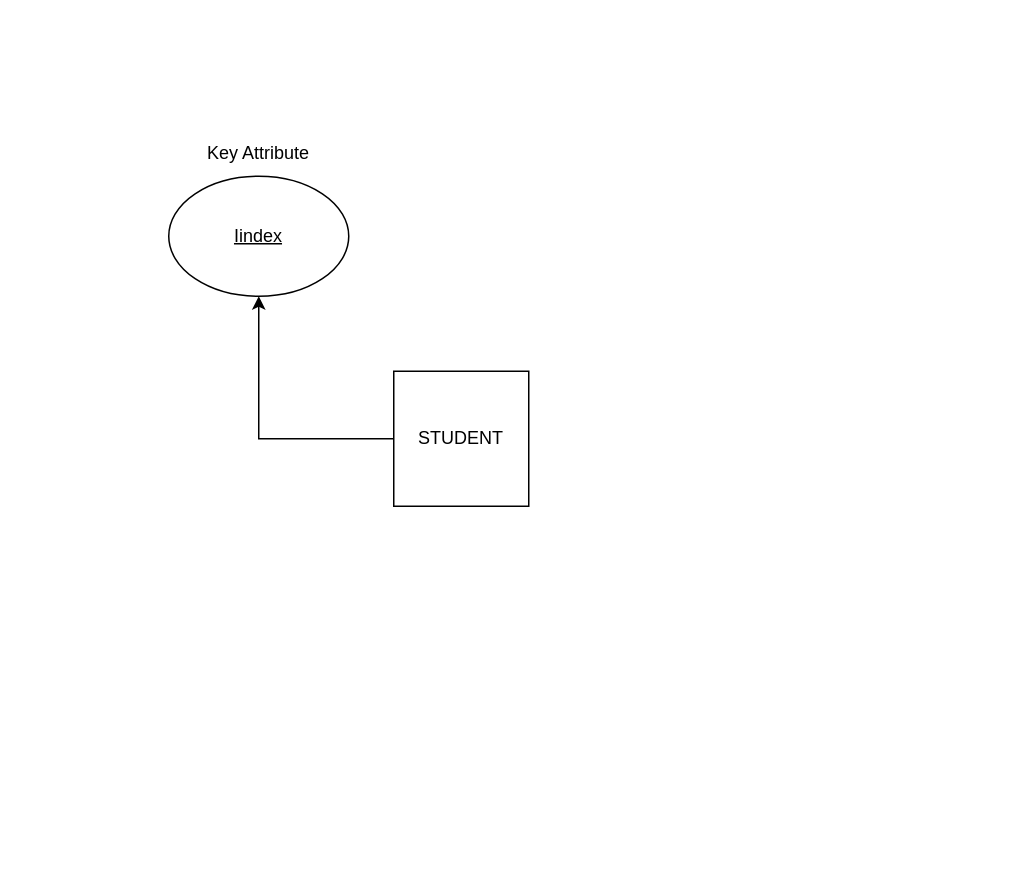
usupun/Database_Managment_System-tutoril- keeps this draw.io diagram as Untitled Diagram.drawio. Above is the earlier version. Source tidied: cells renumbered, new cells numbered last; positions are measured from the earlier drawing's top-left corner, leaving out a move shared by most shapes. Both pictures are drawn from the tidied source at 150%, with x=0, y=0 at pixel (168, 130).
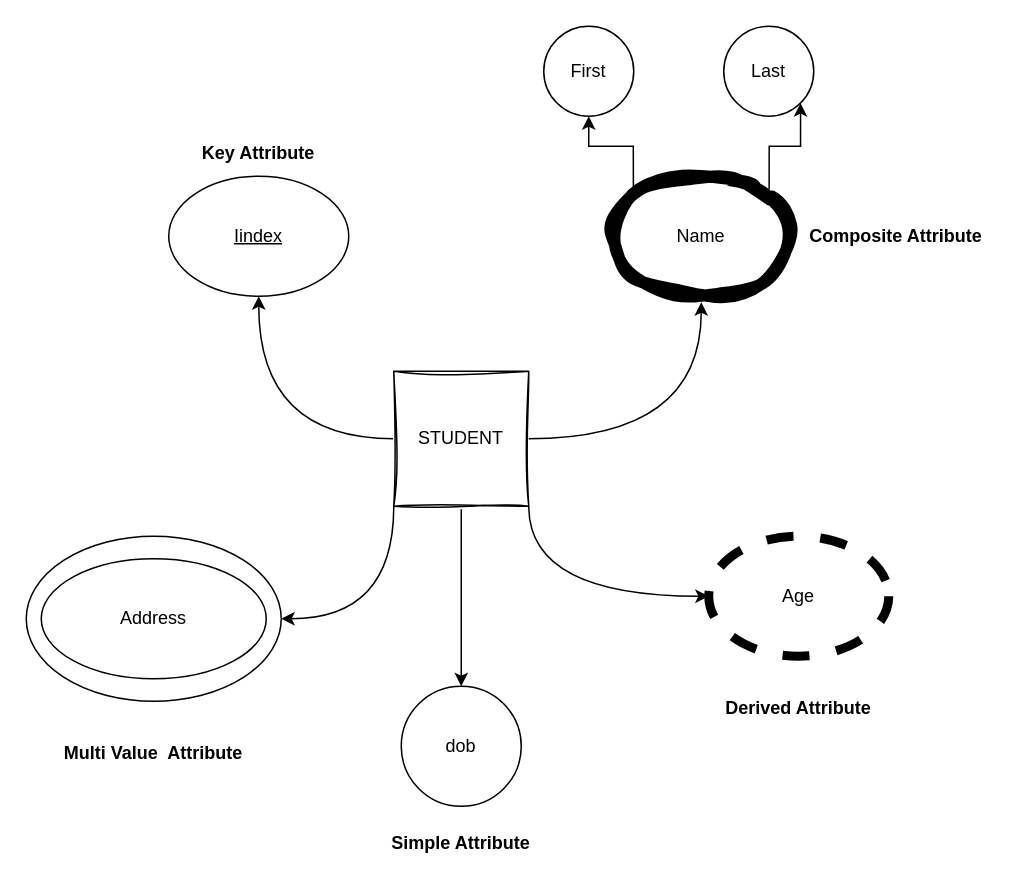
The same page after the edit.

Unchanged cells that the change refers to:
```xml
<mxCell id="4" value="&lt;u&gt;Iindex&lt;/u&gt;" style="ellipse;whiteSpace=wrap;html=1;" parent="1" vertex="1">
  <mxGeometry y="30" width="120" height="80" as="geometry" />
</mxCell>
```

The edit, as a diff of the source:
```diff
@@
-    <mxCell id="2" style="edgeStyle=orthogonalEdgeStyle;rounded=0;jettySize=auto;html=1;exitX=0;exitY=0.5;exitDx=0;exitDy=0;" parent="1" edge="1" source="3" target="4">
+    <mxCell id="2" style="edgeStyle=orthogonalEdgeStyle;curved=1;rounded=0;jettySize=auto;html=1;exitX=0;exitY=0.5;exitDx=0;exitDy=0;entryX=0.5;entryY=1;entryDx=0;entryDy=0;" parent="1" edge="1" source="3" target="4">
       <mxGeometry relative="1" as="geometry" />
     </mxCell>
+    <mxCell id="6" style="edgeStyle=orthogonalEdgeStyle;curved=1;rounded=0;jettySize=auto;html=1;exitX=1;exitY=0.5;exitDx=0;exitDy=0;entryX=0.5;entryY=1;entryDx=0;entryDy=0;" parent="1" edge="1" source="3" target="12">
+      <mxGeometry relative="1" as="geometry" />
+    </mxCell>
+    <mxCell id="7" style="edgeStyle=orthogonalEdgeStyle;curved=1;rounded=0;jettySize=auto;html=1;exitX=1;exitY=1;exitDx=0;exitDy=0;entryX=0;entryY=0.5;entryDx=0;entryDy=0;" parent="1" edge="1" source="3" target="17">
+      <mxGeometry relative="1" as="geometry" />
+    </mxCell>
+    <mxCell id="8" style="edgeStyle=orthogonalEdgeStyle;curved=1;rounded=0;jettySize=auto;html=1;exitX=0.5;exitY=1;exitDx=0;exitDy=0;entryX=0.5;entryY=0;entryDx=0;entryDy=0;" parent="1" edge="1" source="3" target="16">
+      <mxGeometry relative="1" as="geometry" />
+    </mxCell>
+    <mxCell id="9" style="edgeStyle=orthogonalEdgeStyle;curved=1;rounded=0;jettySize=auto;html=1;exitX=0;exitY=1;exitDx=0;exitDy=0;entryX=1;entryY=0.5;entryDx=0;entryDy=0;" parent="1" edge="1" source="3" target="20">
+      <mxGeometry relative="1" as="geometry" />
+    </mxCell>
-    <mxCell id="3" value="STUDENT" style="whiteSpace=wrap;html=1;" parent="1" vertex="1">
+    <mxCell id="3" value="STUDENT" style="whiteSpace=wrap;html=1;sketch=1;curveFitting=1;jiggle=2;" parent="1" vertex="1">
       <mxGeometry x="150" y="160" width="90" height="90" as="geometry" />
     </mxCell>
@@
-    <mxCell id="5" value="Key Attribute" style="text;html=1;strokeColor=none;fillColor=none;align=center;verticalAlign=middle;whiteSpace=wrap;rounded=0;" parent="1" vertex="1">
+    <mxCell id="5" value="&lt;b&gt;Key Attribute&lt;/b&gt;" style="text;html=1;strokeColor=none;fillColor=none;align=center;verticalAlign=middle;whiteSpace=wrap;rounded=0;" parent="1" vertex="1">
       <mxGeometry width="120" height="30" as="geometry" />
     </mxCell>
+    <mxCell id="10" style="edgeStyle=orthogonalEdgeStyle;rounded=0;jettySize=auto;html=1;exitX=0;exitY=0;exitDx=0;exitDy=0;entryX=0.5;entryY=1;entryDx=0;entryDy=0;" parent="1" edge="1" source="12" target="13">
+      <mxGeometry relative="1" as="geometry" />
+    </mxCell>
+    <mxCell id="11" style="edgeStyle=orthogonalEdgeStyle;rounded=0;jettySize=auto;html=1;exitX=1;exitY=0;exitDx=0;exitDy=0;entryX=1;entryY=1;entryDx=0;entryDy=0;" parent="1" edge="1" source="12" target="14">
+      <mxGeometry relative="1" as="geometry" />
+    </mxCell>
+    <mxCell id="12" value="Name" style="ellipse;whiteSpace=wrap;html=1;perimeterSpacing=4;strokeColor=default;gradientColor=none;sketch=1;curveFitting=1;jiggle=2;strokeWidth=8;" parent="1" vertex="1">
+      <mxGeometry x="295" y="30" width="120" height="80" as="geometry" />
+    </mxCell>
+    <mxCell id="13" value="First" style="ellipse;whiteSpace=wrap;html=1;" parent="1" vertex="1">
+      <mxGeometry x="250" y="-70" width="60" height="60" as="geometry" />
+    </mxCell>
+    <mxCell id="14" value="Last" style="ellipse;whiteSpace=wrap;html=1;" parent="1" vertex="1">
+      <mxGeometry x="370" y="-70" width="60" height="60" as="geometry" />
+    </mxCell>
+    <mxCell id="15" value="&lt;b&gt;Composite Attribute&lt;/b&gt;" style="text;html=1;strokeColor=none;fillColor=none;align=center;verticalAlign=middle;whiteSpace=wrap;rounded=0;" parent="1" vertex="1">
+      <mxGeometry x="415" y="55" width="140" height="30" as="geometry" />
+    </mxCell>
+    <mxCell id="16" value="dob" style="ellipse;whiteSpace=wrap;html=1;" parent="1" vertex="1">
+      <mxGeometry x="155" y="370" width="80" height="80" as="geometry" />
+    </mxCell>
+    <mxCell id="17" value="Age" style="ellipse;whiteSpace=wrap;html=1;dashed=1;strokeWidth=6;" parent="1" vertex="1">
+      <mxGeometry x="360" y="270" width="120" height="80" as="geometry" />
+    </mxCell>
+    <mxCell id="18" value="&lt;b&gt;Derived Attribute&lt;/b&gt;" style="text;html=1;strokeColor=none;fillColor=none;align=center;verticalAlign=middle;whiteSpace=wrap;rounded=0;" parent="1" vertex="1">
+      <mxGeometry x="360" y="370" width="120" height="30" as="geometry" />
+    </mxCell>
+    <mxCell id="19" value="&lt;b&gt;Simple Attribute&lt;/b&gt;" style="text;html=1;strokeColor=none;fillColor=none;align=center;verticalAlign=middle;whiteSpace=wrap;rounded=0;" parent="1" vertex="1">
+      <mxGeometry x="135" y="460" width="120" height="30" as="geometry" />
+    </mxCell>
+    <mxCell id="20" style="ellipse;whiteSpace=wrap;html=1;" parent="1" vertex="1">
+      <mxGeometry x="-95" y="270" width="170" height="110" as="geometry" />
+    </mxCell>
+    <mxCell id="21" value="Address" style="ellipse;whiteSpace=wrap;html=1;" parent="1" vertex="1">
+      <mxGeometry x="-85" y="285" width="150" height="80" as="geometry" />
+    </mxCell>
+    <mxCell id="22" value="&lt;b&gt;Multi Value&amp;nbsp; Attribute&lt;/b&gt;" style="text;html=1;strokeColor=none;fillColor=none;align=center;verticalAlign=middle;whiteSpace=wrap;rounded=0;" parent="1" vertex="1">
+      <mxGeometry x="-85" y="400" width="150" height="30" as="geometry" />
+    </mxCell>
```
